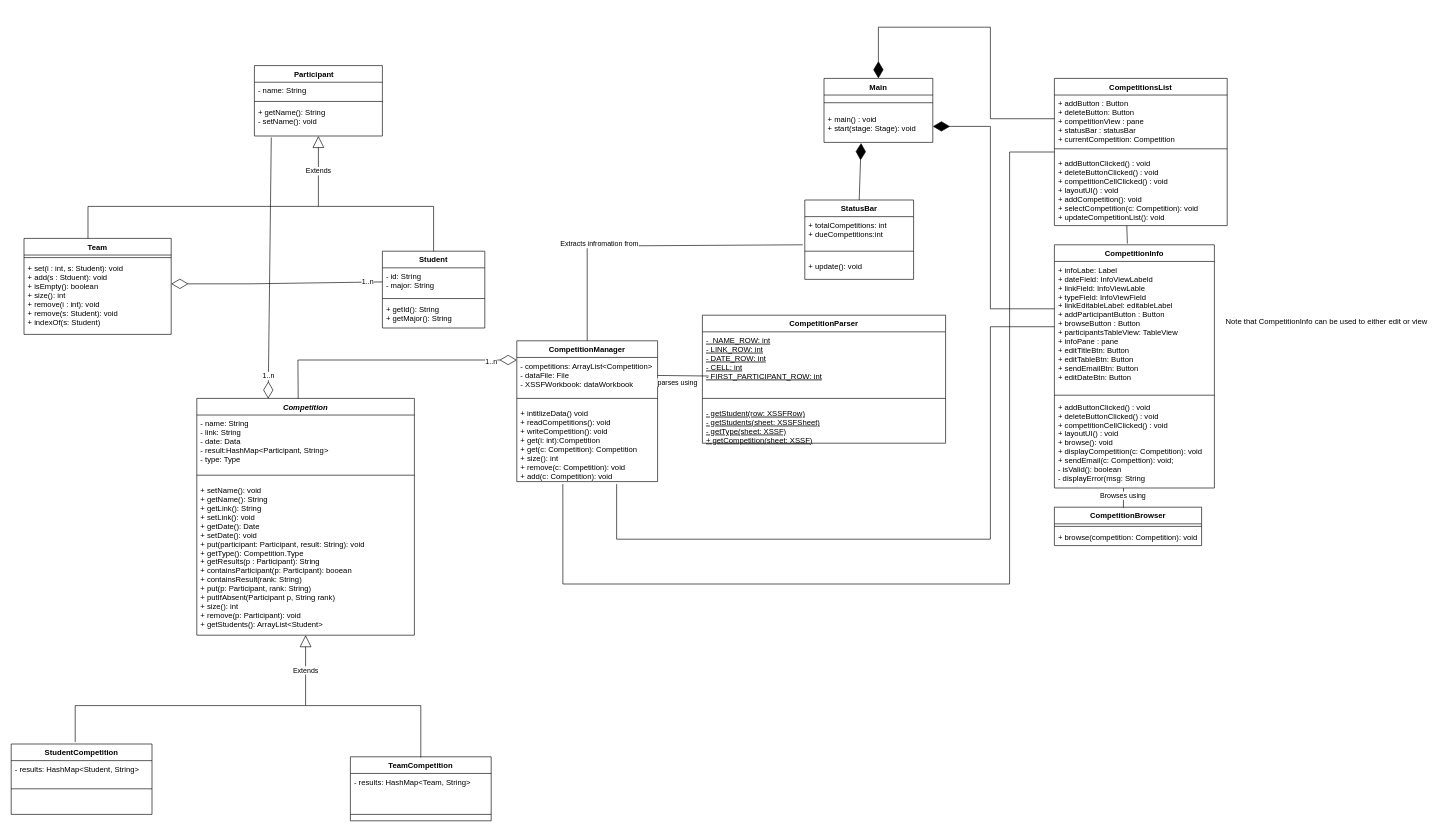
Earlier version of the draw.io diagram docs/phase2/class-diagram.drawio (AbdullahAXR/Competition-tracker). Source tidied: cells renumbered, new cells numbered last; positions are measured from the earlier drawing's top-left corner, leaving out a move shared by most shapes. Both pictures are drawn from the tidied source at 64%, with x=0, y=0 at pixel (11, 27).
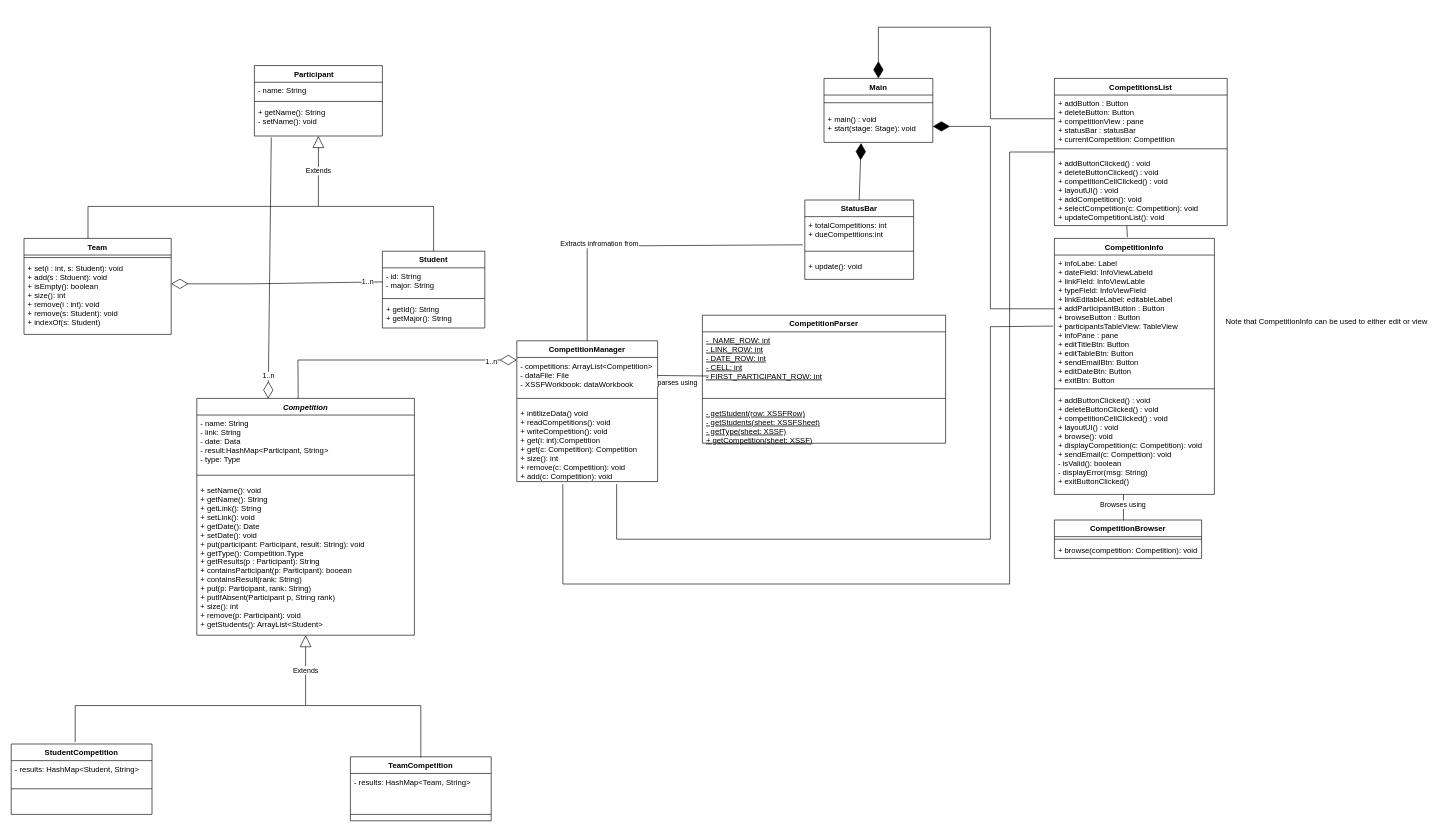
The same diagram, later.

Commit message (it also covers changes not shown here):
docs: added exitButtonClicked method

The change refers to these unchanged cells:
```xml
<mxCell id="20" value="+ intitlizeData() void&#10;+ readCompetitions(): void&#10;+ writeCompetition(): void&#10;+ get(i: int):Competition&#10;+ get(c: Competition): Competition&#10;+ size(): int&#10;+ remove(c: Competition): void&#10;+ add(c: Competition): void&#10;&#10;&#10;" style="text;strokeColor=none;fillColor=none;align=left;verticalAlign=top;spacingLeft=4;spacingRight=4;overflow=hidden;points=[[0,0.5],[1,0.5]];portConstraint=eastwest;" parent="17" vertex="1">
  <mxGeometry y="100" width="220" height="120" as="geometry" />
</mxCell>
```

Change to the diagram source:
```diff
@@
     <mxCell id="13" value="CompetitionInfo" style="swimlane;fontStyle=1;align=center;verticalAlign=top;horizontal=1;startSize=26;" parent="1" vertex="1">
-      <mxGeometry x="1630" y="340" width="250" height="380" as="geometry" />
+      <mxGeometry x="1630" y="330" width="250" height="400" as="geometry" />
     </mxCell>
-    <mxCell id="14" value="+ infoLabe: Label&#10;+ dateField: InfoViewLabeld&#10;+ linkField: InfoViewLable&#10;+ typeField: InfoViewField&#10;+ linkEditableLabel: editableLabel&#10;+ addParticipantButton : Button&#10;+ browseButton : Button&#10;+ participantsTableView: TableView&#10;+ infoPane : pane&#10;+ editTitleBtn: Button&#10;+ editTableBtn: Button&#10;+ sendEmailBtn: Button&#10;+ editDateBtn: Button&#10;&#10;" style="text;strokeColor=none;fillColor=none;align=left;verticalAlign=top;spacingLeft=4;spacingRight=4;overflow=hidden;points=[[0,0.5],[1,0.5]];portConstraint=eastwest;" parent="13" vertex="1">
+    <mxCell id="14" value="+ infoLabe: Label&#10;+ dateField: InfoViewLabeld&#10;+ linkField: InfoViewLable&#10;+ typeField: InfoViewField&#10;+ linkEditableLabel: editableLabel&#10;+ addParticipantButton : Button&#10;+ browseButton : Button&#10;+ participantsTableView: TableView&#10;+ infoPane : pane&#10;+ editTitleBtn: Button&#10;+ editTableBtn: Button&#10;+ sendEmailBtn: Button&#10;+ editDateBtn: Button&#10;+ exitBtn: Button&#10;&#10;&#10;" style="text;strokeColor=none;fillColor=none;align=left;verticalAlign=top;spacingLeft=4;spacingRight=4;overflow=hidden;points=[[0,0.5],[1,0.5]];portConstraint=eastwest;" parent="13" vertex="1">
       <mxGeometry y="26" width="250" height="204" as="geometry" />
     </mxCell>
@@
-    <mxCell id="16" value="+ addButtonClicked() : void&#10;+ deleteButtonClicked() : void&#10;+ competitionCellClicked() : void&#10;+ layoutUI() : void&#10;+ browse(): void&#10;+ displayCompetition(c: Competition): void&#10;+ sendEmail(c: Compettion): void;&#10;- isValid(): boolean&#10;- displayError(msg: String&#10;&#10;&#10;&#10;&#10;" style="text;strokeColor=none;fillColor=none;align=left;verticalAlign=top;spacingLeft=4;spacingRight=4;overflow=hidden;points=[[0,0.5],[1,0.5]];portConstraint=eastwest;" parent="13" vertex="1">
-      <mxGeometry y="240" width="250" height="140" as="geometry" />
+    <mxCell id="16" value="+ addButtonClicked() : void&#10;+ deleteButtonClicked() : void&#10;+ competitionCellClicked() : void&#10;+ layoutUI() : void&#10;+ browse(): void&#10;+ displayCompetition(c: Competition): void&#10;+ sendEmail(c: Compettion): void&#10;- isValid(): boolean&#10;- displayError(msg: String)&#10;+ exitButtonClicked()&#10;" style="text;strokeColor=none;fillColor=none;align=left;verticalAlign=top;spacingLeft=4;spacingRight=4;overflow=hidden;points=[[0,0.5],[1,0.5]];portConstraint=eastwest;" parent="13" vertex="1">
+      <mxGeometry y="240" width="250" height="160" as="geometry" />
     </mxCell>
@@
     <mxCell id="57" value="CompetitionBrowser" style="swimlane;fontStyle=1;align=center;verticalAlign=top;horizontal=1;startSize=26;" parent="1" vertex="1">
-      <mxGeometry x="1630" y="750" width="230" height="60" as="geometry" />
+      <mxGeometry x="1630" y="770" width="230" height="60" as="geometry" />
     </mxCell>
@@
-    <mxCell id="71" style="endArrow=none;html=1;rounded=0;exitX=0.709;exitY=1.033;exitDx=0;exitDy=0;entryX=0;entryY=0.5;entryDx=0;entryDy=0;exitPerimeter=0;" parent="1" edge="1" source="20" target="14">
+    <mxCell id="71" style="endArrow=none;html=1;rounded=0;exitX=0.709;exitY=1.033;exitDx=0;exitDy=0;entryX=-0.008;entryY=0.544;entryDx=0;entryDy=0;exitPerimeter=0;entryPerimeter=0;" parent="1" edge="1" source="20" target="14">
       <mxGeometry relative="1" as="geometry">
         <Array as="points">
           <mxPoint x="946" y="800" />
           <mxPoint x="1530" y="800" />
           <mxPoint x="1530" y="468" />
         </Array>
       </mxGeometry>
     </mxCell>
```
